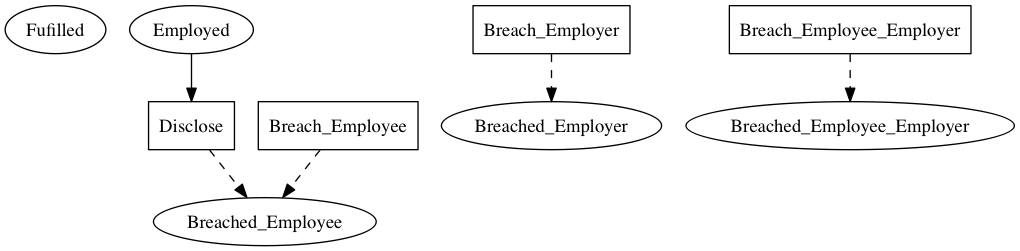
Marcao02/complaw-deeptech keeps this Graphviz diagram as linear_state_machine_language/pyL4/examples/out_graphviz/toy_and_teaching/hvitved_modeling_prohibition_trivial_nda.png. Above is the earlier version. Its source is kept beside it as linear_state_machine_language/pyL4/examples/out_graphviz/toy_and_teaching/hvitved_modeling_prohibition_trivial_nda.dot.
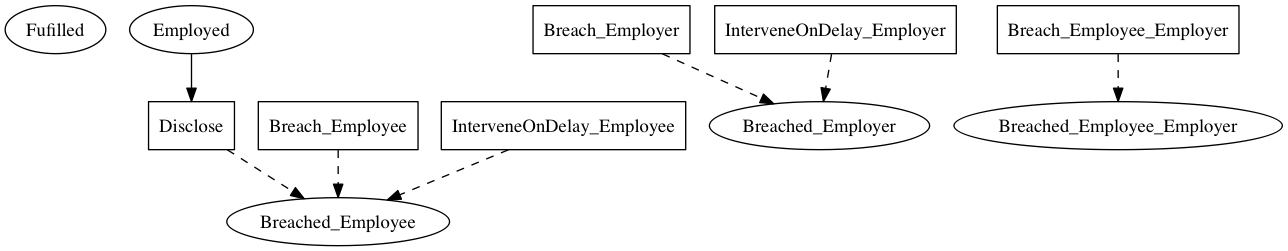
The same file after the commit.

What changed in the source:
```diff
@@ -10,7 +10,9 @@
     Disclose[label=Disclose,shape=box];
 	Breach_Employer[label=Breach_Employer,shape=box];
 	Breach_Employee[label=Breach_Employee,shape=box];
-	Breach_Employee_Employer[label=Breach_Employee_Employer,shape=box]
+	Breach_Employee_Employer[label=Breach_Employee_Employer,shape=box];
+	InterveneOnDelay_Employee[label=InterveneOnDelay_Employee,shape=box];
+	InterveneOnDelay_Employer[label=InterveneOnDelay_Employer,shape=box]
 
 
 
@@ -20,6 +22,8 @@
 	Breach_Employer -> Breached_Employer [style=dashed];
 	Breach_Employee -> Breached_Employee [style=dashed];
 	Breach_Employee_Employer -> Breached_Employee_Employer [style=dashed];
+	InterveneOnDelay_Employee -> Breached_Employee [style=dashed];
+	InterveneOnDelay_Employer -> Breached_Employer [style=dashed];
 
 
 
```
